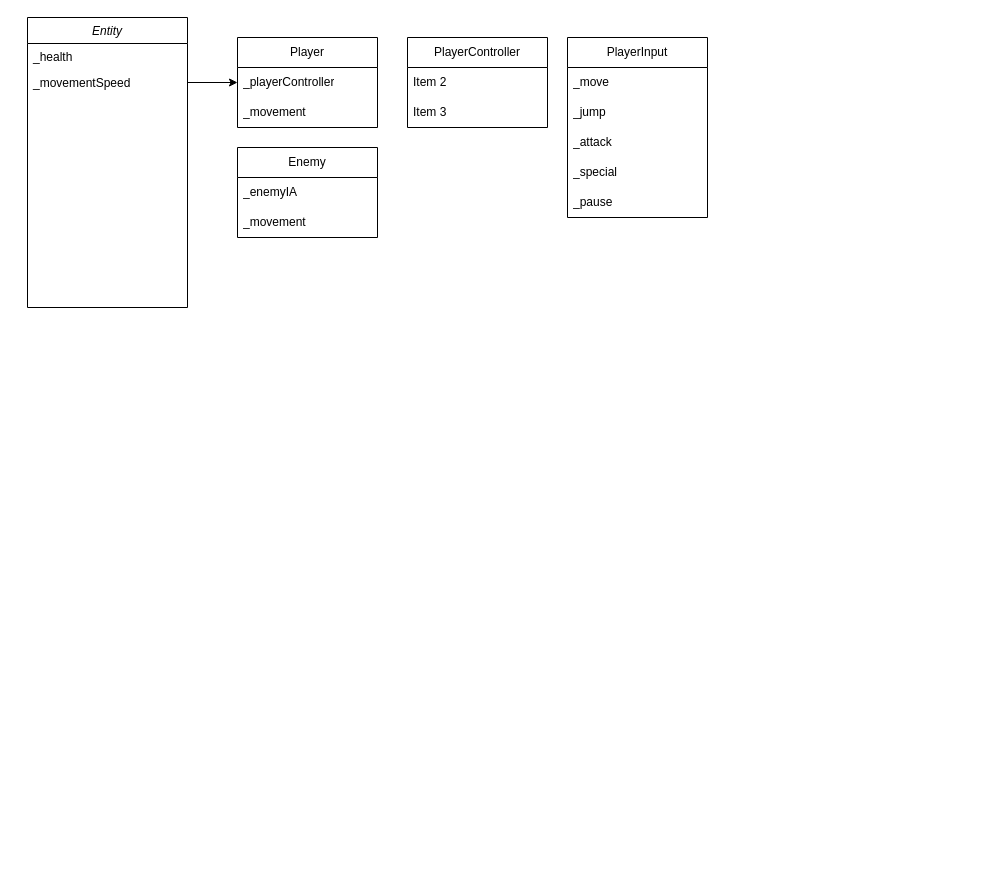
Before: Class Diagram.drawio in voixdigitale/2D_Beat-em-up, a draw.io diagram. Source tidied: cells renumbered, new cells numbered last; positions are measured from the earlier drawing's top-left corner, leaving out a move shared by most shapes. Both pictures are drawn from the tidied source at 100%, with x=0, y=0 at pixel (27, 17).
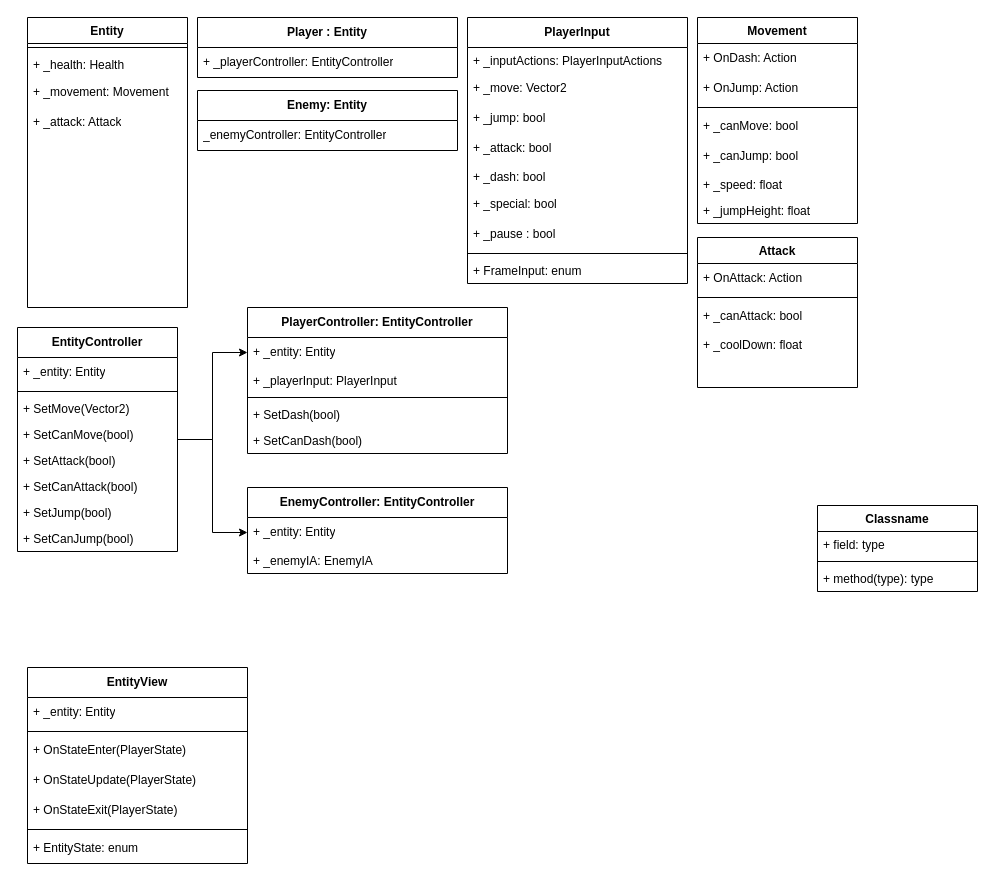
The same diagram, later.

Change to the diagram source:
```diff
@@
-    <mxCell id="2" value="Entity" style="swimlane;fontStyle=2;align=center;verticalAlign=top;horizontal=1;startSize=26;rounded=0;shadow=0;strokeWidth=1;" parent="1" vertex="1">
+    <mxCell id="2" value="Entity" style="swimlane;fontStyle=1;align=center;verticalAlign=top;horizontal=1;startSize=26;rounded=0;shadow=0;strokeWidth=1;" parent="1" vertex="1">
       <mxGeometry width="160" height="290" as="geometry" />
     </mxCell>
+    <mxCell id="21" style="line;strokeWidth=1;fillColor=none;align=left;verticalAlign=middle;spacingTop=-1;spacingLeft=3;spacingRight=3;labelPosition=right;strokeColor=inherit;" parent="2" vertex="1">
+      <mxGeometry y="26" width="160" height="8" as="geometry" />
+    </mxCell>
-    <mxCell id="3" value="_health" style="text;align=left;verticalAlign=top;spacingLeft=4;spacingRight=4;overflow=hidden;rounded=0;shadow=0;html=0;" parent="2" vertex="1">
-      <mxGeometry y="26" width="160" height="26" as="geometry" />
+    <mxCell id="3" value="+ _health: Health" style="text;align=left;verticalAlign=top;spacingLeft=4;spacingRight=4;overflow=hidden;rounded=0;shadow=0;html=0;" parent="2" vertex="1">
+      <mxGeometry y="34" width="160" height="26" as="geometry" />
     </mxCell>
-    <mxCell id="4" value="_movementSpeed" style="text;align=left;verticalAlign=top;spacingLeft=4;spacingRight=4;overflow=hidden;points=[[0,0.5],[1,0.5]];portConstraint=eastwest;rounded=0;shadow=0;html=0;" parent="2" vertex="1">
-      <mxGeometry y="52" width="160" height="26" as="geometry" />
-    </mxCell>
+    <mxCell id="7" value="+ _movement: Movement" style="text;strokeColor=none;fillColor=none;align=left;verticalAlign=middle;spacingLeft=4;spacingRight=4;overflow=hidden;whiteSpace=wrap;html=1;" parent="2" vertex="1">
+      <mxGeometry y="60" width="160" height="30" as="geometry" />
+    </mxCell>
+    <mxCell id="22" value="+ _attack: Attack" style="text;strokeColor=none;fillColor=none;align=left;verticalAlign=middle;spacingLeft=4;spacingRight=4;overflow=hidden;whiteSpace=wrap;html=1;" parent="2" vertex="1">
+      <mxGeometry y="90" width="160" height="30" as="geometry" />
+    </mxCell>
-    <mxCell id="5" value="Player" style="swimlane;fontStyle=0;horizontal=1;startSize=30;whiteSpace=wrap;html=1;" parent="1" vertex="1">
-      <mxGeometry x="210" y="20" width="140" height="90" as="geometry" />
+    <mxCell id="5" value="&lt;b&gt;Player : Entity&lt;/b&gt;" style="swimlane;fontStyle=0;horizontal=1;startSize=30;whiteSpace=wrap;html=1;" parent="1" vertex="1">
+      <mxGeometry x="170" width="260" height="60" as="geometry" />
     </mxCell>
-    <mxCell id="6" value="_playerController" style="text;strokeColor=none;fillColor=none;align=left;verticalAlign=middle;spacingLeft=4;spacingRight=4;overflow=hidden;whiteSpace=wrap;html=1;" parent="5" vertex="1">
-      <mxGeometry y="30" width="140" height="30" as="geometry" />
+    <mxCell id="6" value="+ _playerController: EntityController" style="text;strokeColor=none;fillColor=none;align=left;verticalAlign=middle;spacingLeft=4;spacingRight=4;overflow=hidden;whiteSpace=wrap;html=1;" parent="5" vertex="1">
+      <mxGeometry y="30" width="260" height="30" as="geometry" />
     </mxCell>
-    <mxCell id="7" value="_movement" style="text;strokeColor=none;fillColor=none;align=left;verticalAlign=middle;spacingLeft=4;spacingRight=4;overflow=hidden;whiteSpace=wrap;html=1;" parent="5" vertex="1">
-      <mxGeometry y="60" width="140" height="30" as="geometry" />
-    </mxCell>
+    <mxCell id="23" style="edgeStyle=orthogonalEdgeStyle;rounded=0;jettySize=auto;html=1;exitX=1;exitY=0.5;exitDx=0;exitDy=0;entryX=0;entryY=0.5;entryDx=0;entryDy=0;" parent="1" edge="1" source="8" target="57">
+      <mxGeometry relative="1" as="geometry" />
+    </mxCell>
+    <mxCell id="24" style="edgeStyle=orthogonalEdgeStyle;rounded=0;jettySize=auto;html=1;exitX=1;exitY=0.5;exitDx=0;exitDy=0;entryX=0;entryY=0.5;entryDx=0;entryDy=0;" parent="1" edge="1" source="8" target="67">
+      <mxGeometry relative="1" as="geometry" />
+    </mxCell>
-    <mxCell id="8" value="PlayerController" style="swimlane;fontStyle=0;horizontal=1;startSize=30;whiteSpace=wrap;html=1;" parent="1" vertex="1">
-      <mxGeometry x="380" y="20" width="140" height="90" as="geometry" />
+    <mxCell id="8" value="&lt;b&gt;EntityController&lt;/b&gt;" style="swimlane;fontStyle=0;horizontal=1;startSize=30;whiteSpace=wrap;html=1;" parent="1" vertex="1">
+      <mxGeometry x="-10" y="310" width="160" height="224" as="geometry" />
     </mxCell>
-    <mxCell id="9" value="Item 2" style="text;strokeColor=none;fillColor=none;align=left;verticalAlign=middle;spacingLeft=4;spacingRight=4;overflow=hidden;whiteSpace=wrap;html=1;" parent="8" vertex="1">
-      <mxGeometry y="30" width="140" height="30" as="geometry" />
-    </mxCell>
-    <mxCell id="10" value="Item 3" style="text;strokeColor=none;fillColor=none;align=left;verticalAlign=middle;spacingLeft=4;spacingRight=4;overflow=hidden;whiteSpace=wrap;html=1;" parent="8" vertex="1">
-      <mxGeometry y="60" width="140" height="30" as="geometry" />
+    <mxCell id="10" value="+ _entity: Entity" style="text;strokeColor=none;fillColor=none;align=left;verticalAlign=middle;spacingLeft=4;spacingRight=4;overflow=hidden;whiteSpace=wrap;html=1;" parent="8" vertex="1">
+      <mxGeometry y="30" width="160" height="30" as="geometry" />
     </mxCell>
-    <mxCell id="11" style="edgeStyle=orthogonalEdgeStyle;rounded=0;jettySize=auto;html=1;exitX=1;exitY=0.5;exitDx=0;exitDy=0;" parent="1" edge="1" source="4" target="5">
-      <mxGeometry relative="1" as="geometry" />
-    </mxCell>
+    <mxCell id="25" style="line;strokeWidth=1;fillColor=none;align=left;verticalAlign=middle;spacingTop=-1;spacingLeft=3;spacingRight=3;labelPosition=right;strokeColor=inherit;" parent="8" vertex="1">
+      <mxGeometry y="60" width="160" height="8" as="geometry" />
+    </mxCell>
+    <mxCell id="26" value="+ SetMove(Vector2)" style="text;strokeColor=none;fillColor=none;align=left;verticalAlign=top;spacingLeft=4;spacingRight=4;overflow=hidden;whiteSpace=wrap;html=1;" parent="8" vertex="1">
+      <mxGeometry y="68" width="160" height="26" as="geometry" />
+    </mxCell>
+    <mxCell id="27" value="+ SetCanMove(bool)" style="text;strokeColor=none;fillColor=none;align=left;verticalAlign=top;spacingLeft=4;spacingRight=4;overflow=hidden;whiteSpace=wrap;html=1;" parent="8" vertex="1">
+      <mxGeometry y="94" width="160" height="26" as="geometry" />
+    </mxCell>
+    <mxCell id="28" value="+ SetAttack(bool)" style="text;strokeColor=none;fillColor=none;align=left;verticalAlign=top;spacingLeft=4;spacingRight=4;overflow=hidden;whiteSpace=wrap;html=1;" parent="8" vertex="1">
+      <mxGeometry y="120" width="160" height="26" as="geometry" />
+    </mxCell>
+    <mxCell id="29" value="+ SetCanAttack(bool)" style="text;strokeColor=none;fillColor=none;align=left;verticalAlign=top;spacingLeft=4;spacingRight=4;overflow=hidden;whiteSpace=wrap;html=1;" parent="8" vertex="1">
+      <mxGeometry y="146" width="160" height="26" as="geometry" />
+    </mxCell>
+    <mxCell id="30" value="+ SetJump(bool)" style="text;strokeColor=none;fillColor=none;align=left;verticalAlign=top;spacingLeft=4;spacingRight=4;overflow=hidden;whiteSpace=wrap;html=1;" parent="8" vertex="1">
+      <mxGeometry y="172" width="160" height="26" as="geometry" />
+    </mxCell>
+    <mxCell id="31" value="+ SetCanJump(bool)" style="text;strokeColor=none;fillColor=none;align=left;verticalAlign=top;spacingLeft=4;spacingRight=4;overflow=hidden;whiteSpace=wrap;html=1;" parent="8" vertex="1">
+      <mxGeometry y="198" width="160" height="26" as="geometry" />
+    </mxCell>
-    <mxCell id="12" value="Enemy" style="swimlane;fontStyle=0;horizontal=1;startSize=30;whiteSpace=wrap;html=1;" parent="1" vertex="1">
-      <mxGeometry x="210" y="130" width="140" height="90" as="geometry" />
+    <mxCell id="12" value="&lt;b&gt;Enemy: Entity&lt;/b&gt;" style="swimlane;fontStyle=0;horizontal=1;startSize=30;whiteSpace=wrap;html=1;" parent="1" vertex="1">
+      <mxGeometry x="170" y="73" width="260" height="60" as="geometry" />
     </mxCell>
-    <mxCell id="13" value="_enemyIA" style="text;strokeColor=none;fillColor=none;align=left;verticalAlign=middle;spacingLeft=4;spacingRight=4;overflow=hidden;whiteSpace=wrap;html=1;" parent="12" vertex="1">
-      <mxGeometry y="30" width="140" height="30" as="geometry" />
+    <mxCell id="13" value="_enemyController: EntityController" style="text;strokeColor=none;fillColor=none;align=left;verticalAlign=middle;spacingLeft=4;spacingRight=4;overflow=hidden;whiteSpace=wrap;html=1;" parent="12" vertex="1">
+      <mxGeometry y="30" width="260" height="30" as="geometry" />
     </mxCell>
-    <mxCell id="14" value="_movement" style="text;strokeColor=none;fillColor=none;align=left;verticalAlign=middle;spacingLeft=4;spacingRight=4;overflow=hidden;whiteSpace=wrap;html=1;" parent="12" vertex="1">
-      <mxGeometry y="60" width="140" height="30" as="geometry" />
-    </mxCell>
-    <mxCell id="15" value="PlayerInput" style="swimlane;fontStyle=0;horizontal=1;startSize=30;whiteSpace=wrap;html=1;" parent="1" vertex="1">
-      <mxGeometry x="540" y="20" width="140" height="180" as="geometry" />
+    <mxCell id="15" value="&lt;b&gt;PlayerInput&lt;/b&gt;" style="swimlane;fontStyle=0;horizontal=1;startSize=30;whiteSpace=wrap;html=1;" parent="1" vertex="1">
+      <mxGeometry x="440" width="220" height="266" as="geometry" />
     </mxCell>
+    <mxCell id="32" value="+ _inputActions: PlayerInputActions" style="text;strokeColor=none;fillColor=none;align=left;verticalAlign=top;spacingLeft=4;spacingRight=4;overflow=hidden;whiteSpace=wrap;html=1;" parent="15" vertex="1">
+      <mxGeometry y="30" width="220" height="26" as="geometry" />
+    </mxCell>
-    <mxCell id="16" value="_move" style="text;strokeColor=none;fillColor=none;align=left;verticalAlign=middle;spacingLeft=4;spacingRight=4;overflow=hidden;whiteSpace=wrap;html=1;" parent="15" vertex="1">
-      <mxGeometry y="30" width="140" height="30" as="geometry" />
+    <mxCell id="16" value="+ _move: Vector2" style="text;strokeColor=none;fillColor=none;align=left;verticalAlign=middle;spacingLeft=4;spacingRight=4;overflow=hidden;whiteSpace=wrap;html=1;" parent="15" vertex="1">
+      <mxGeometry y="56" width="220" height="30" as="geometry" />
     </mxCell>
-    <mxCell id="17" value="_jump" style="text;strokeColor=none;fillColor=none;align=left;verticalAlign=middle;spacingLeft=4;spacingRight=4;overflow=hidden;whiteSpace=wrap;html=1;" parent="15" vertex="1">
-      <mxGeometry y="60" width="140" height="30" as="geometry" />
+    <mxCell id="17" value="+ _jump: bool" style="text;strokeColor=none;fillColor=none;align=left;verticalAlign=middle;spacingLeft=4;spacingRight=4;overflow=hidden;whiteSpace=wrap;html=1;" parent="15" vertex="1">
+      <mxGeometry y="86" width="220" height="30" as="geometry" />
     </mxCell>
-    <mxCell id="18" value="_attack" style="text;strokeColor=none;fillColor=none;align=left;verticalAlign=middle;spacingLeft=4;spacingRight=4;overflow=hidden;whiteSpace=wrap;html=1;" parent="15" vertex="1">
-      <mxGeometry y="90" width="140" height="30" as="geometry" />
+    <mxCell id="18" value="+ _attack: bool" style="text;strokeColor=none;fillColor=none;align=left;verticalAlign=middle;spacingLeft=4;spacingRight=4;overflow=hidden;whiteSpace=wrap;html=1;" parent="15" vertex="1">
+      <mxGeometry y="116" width="220" height="30" as="geometry" />
     </mxCell>
+    <mxCell id="33" value="+ _dash: bool" style="text;strokeColor=none;fillColor=none;align=left;verticalAlign=top;spacingLeft=4;spacingRight=4;overflow=hidden;whiteSpace=wrap;html=1;" parent="15" vertex="1">
+      <mxGeometry y="146" width="220" height="26" as="geometry" />
+    </mxCell>
-    <mxCell id="19" value="_special" style="text;strokeColor=none;fillColor=none;align=left;verticalAlign=middle;spacingLeft=4;spacingRight=4;overflow=hidden;whiteSpace=wrap;html=1;" parent="15" vertex="1">
-      <mxGeometry y="120" width="140" height="30" as="geometry" />
+    <mxCell id="19" value="+ _special: bool" style="text;strokeColor=none;fillColor=none;align=left;verticalAlign=middle;spacingLeft=4;spacingRight=4;overflow=hidden;whiteSpace=wrap;html=1;" parent="15" vertex="1">
+      <mxGeometry y="172" width="220" height="30" as="geometry" />
     </mxCell>
-    <mxCell id="20" value="_pause" style="text;strokeColor=none;fillColor=none;align=left;verticalAlign=middle;spacingLeft=4;spacingRight=4;overflow=hidden;whiteSpace=wrap;html=1;" parent="15" vertex="1">
-      <mxGeometry y="150" width="140" height="30" as="geometry" />
+    <mxCell id="20" value="+ _pause : bool" style="text;strokeColor=none;fillColor=none;align=left;verticalAlign=middle;spacingLeft=4;spacingRight=4;overflow=hidden;whiteSpace=wrap;html=1;" parent="15" vertex="1">
+      <mxGeometry y="202" width="220" height="30" as="geometry" />
     </mxCell>
+    <mxCell id="34" style="line;strokeWidth=1;fillColor=none;align=left;verticalAlign=middle;spacingTop=-1;spacingLeft=3;spacingRight=3;labelPosition=right;strokeColor=inherit;" parent="15" vertex="1">
+      <mxGeometry y="232" width="220" height="8" as="geometry" />
+    </mxCell>
+    <mxCell id="35" value="+ FrameInput: enum" style="text;strokeColor=none;fillColor=none;align=left;verticalAlign=top;spacingLeft=4;spacingRight=4;overflow=hidden;whiteSpace=wrap;html=1;" parent="15" vertex="1">
+      <mxGeometry y="240" width="220" height="26" as="geometry" />
+    </mxCell>
+    <mxCell id="36" value="Classname" style="swimlane;fontStyle=1;align=center;verticalAlign=top;horizontal=1;startSize=26;whiteSpace=wrap;html=1;" parent="1" vertex="1">
+      <mxGeometry x="790" y="488" width="160" height="86" as="geometry" />
+    </mxCell>
+    <mxCell id="37" value="+ field: type" style="text;strokeColor=none;fillColor=none;align=left;verticalAlign=top;spacingLeft=4;spacingRight=4;overflow=hidden;whiteSpace=wrap;html=1;" parent="36" vertex="1">
+      <mxGeometry y="26" width="160" height="26" as="geometry" />
+    </mxCell>
+    <mxCell id="38" style="line;strokeWidth=1;fillColor=none;align=left;verticalAlign=middle;spacingTop=-1;spacingLeft=3;spacingRight=3;labelPosition=right;strokeColor=inherit;" parent="36" vertex="1">
+      <mxGeometry y="52" width="160" height="8" as="geometry" />
+    </mxCell>
+    <mxCell id="39" value="+ method(type): type" style="text;strokeColor=none;fillColor=none;align=left;verticalAlign=top;spacingLeft=4;spacingRight=4;overflow=hidden;whiteSpace=wrap;html=1;" parent="36" vertex="1">
+      <mxGeometry y="60" width="160" height="26" as="geometry" />
+    </mxCell>
+    <mxCell id="40" value="&lt;b&gt;EntityView&lt;/b&gt;" style="swimlane;fontStyle=0;horizontal=1;startSize=30;whiteSpace=wrap;html=1;" parent="1" vertex="1">
+      <mxGeometry y="650" width="220" height="196" as="geometry" />
+    </mxCell>
+    <mxCell id="41" value="+ _entity: Entity" style="text;strokeColor=none;fillColor=none;align=left;verticalAlign=middle;spacingLeft=4;spacingRight=4;overflow=hidden;whiteSpace=wrap;html=1;" parent="40" vertex="1">
+      <mxGeometry y="30" width="220" height="30" as="geometry" />
+    </mxCell>
+    <mxCell id="42" style="line;strokeWidth=1;fillColor=none;align=left;verticalAlign=middle;spacingTop=-1;spacingLeft=3;spacingRight=3;labelPosition=right;strokeColor=inherit;" parent="40" vertex="1">
+      <mxGeometry y="60" width="220" height="8" as="geometry" />
+    </mxCell>
+    <mxCell id="43" value="+ OnStateEnter(PlayerState)" style="text;strokeColor=none;fillColor=none;align=left;verticalAlign=middle;spacingLeft=4;spacingRight=4;overflow=hidden;whiteSpace=wrap;html=1;" parent="40" vertex="1">
+      <mxGeometry y="68" width="220" height="30" as="geometry" />
+    </mxCell>
+    <mxCell id="44" value="+ OnStateUpdate(PlayerState)" style="text;strokeColor=none;fillColor=none;align=left;verticalAlign=middle;spacingLeft=4;spacingRight=4;overflow=hidden;whiteSpace=wrap;html=1;" parent="40" vertex="1">
+      <mxGeometry y="98" width="220" height="30" as="geometry" />
+    </mxCell>
+    <mxCell id="45" value="+ OnStateExit(PlayerState)" style="text;strokeColor=none;fillColor=none;align=left;verticalAlign=middle;spacingLeft=4;spacingRight=4;overflow=hidden;whiteSpace=wrap;html=1;" parent="40" vertex="1">
+      <mxGeometry y="128" width="220" height="30" as="geometry" />
+    </mxCell>
+    <mxCell id="46" style="line;strokeWidth=1;fillColor=none;align=left;verticalAlign=middle;spacingTop=-1;spacingLeft=3;spacingRight=3;labelPosition=right;strokeColor=inherit;" parent="40" vertex="1">
+      <mxGeometry y="158" width="220" height="8" as="geometry" />
+    </mxCell>
+    <mxCell id="47" value="+ EntityState: enum" style="text;strokeColor=none;fillColor=none;align=left;verticalAlign=middle;spacingLeft=4;spacingRight=4;overflow=hidden;whiteSpace=wrap;html=1;" parent="40" vertex="1">
+      <mxGeometry y="166" width="220" height="30" as="geometry" />
+    </mxCell>
+    <mxCell id="48" value="Movement" style="swimlane;fontStyle=1;align=center;verticalAlign=top;horizontal=1;startSize=26;rounded=0;shadow=0;strokeWidth=1;" parent="1" vertex="1">
+      <mxGeometry x="670" width="160" height="206" as="geometry" />
+    </mxCell>
+    <mxCell id="49" value="+ OnDash: Action" style="text;strokeColor=none;fillColor=none;align=left;verticalAlign=middle;spacingLeft=4;spacingRight=4;overflow=hidden;whiteSpace=wrap;html=1;" parent="48" vertex="1">
+      <mxGeometry y="26" width="160" height="30" as="geometry" />
+    </mxCell>
+    <mxCell id="50" value="+ OnJump: Action" style="text;strokeColor=none;fillColor=none;align=left;verticalAlign=middle;spacingLeft=4;spacingRight=4;overflow=hidden;whiteSpace=wrap;html=1;" parent="48" vertex="1">
+      <mxGeometry y="56" width="160" height="30" as="geometry" />
+    </mxCell>
+    <mxCell id="51" style="line;strokeWidth=1;fillColor=none;align=left;verticalAlign=middle;spacingTop=-1;spacingLeft=3;spacingRight=3;labelPosition=right;strokeColor=inherit;" parent="48" vertex="1">
+      <mxGeometry y="86" width="160" height="8" as="geometry" />
+    </mxCell>
+    <mxCell id="52" value="+ _canMove: bool" style="text;strokeColor=none;fillColor=none;align=left;verticalAlign=middle;spacingLeft=4;spacingRight=4;overflow=hidden;whiteSpace=wrap;html=1;" parent="48" vertex="1">
+      <mxGeometry y="94" width="160" height="30" as="geometry" />
+    </mxCell>
+    <mxCell id="53" value="+ _canJump: bool" style="text;strokeColor=none;fillColor=none;align=left;verticalAlign=middle;spacingLeft=4;spacingRight=4;overflow=hidden;whiteSpace=wrap;html=1;" parent="48" vertex="1">
+      <mxGeometry y="124" width="160" height="30" as="geometry" />
+    </mxCell>
+    <mxCell id="54" value="+ _speed: float" style="text;align=left;verticalAlign=top;spacingLeft=4;spacingRight=4;overflow=hidden;rounded=0;shadow=0;html=0;" parent="48" vertex="1">
+      <mxGeometry y="154" width="160" height="26" as="geometry" />
+    </mxCell>
+    <mxCell id="55" value="+ _jumpHeight: float" style="text;align=left;verticalAlign=top;spacingLeft=4;spacingRight=4;overflow=hidden;rounded=0;shadow=0;html=0;" parent="48" vertex="1">
+      <mxGeometry y="180" width="160" height="26" as="geometry" />
+    </mxCell>
+    <mxCell id="56" value="&lt;b&gt;PlayerController: EntityController&lt;/b&gt;" style="swimlane;fontStyle=0;horizontal=1;startSize=30;whiteSpace=wrap;html=1;" parent="1" vertex="1">
+      <mxGeometry x="220" y="290" width="260" height="146" as="geometry" />
+    </mxCell>
+    <mxCell id="57" value="+ _entity: Entity" style="text;strokeColor=none;fillColor=none;align=left;verticalAlign=middle;spacingLeft=4;spacingRight=4;overflow=hidden;points=[[0,0.5],[1,0.5]];portConstraint=eastwest;whiteSpace=wrap;html=1;" parent="56" vertex="1">
+      <mxGeometry y="30" width="260" height="30" as="geometry" />
+    </mxCell>
+    <mxCell id="58" value="+ _playerInput: PlayerInput" style="text;strokeColor=none;fillColor=none;align=left;verticalAlign=top;spacingLeft=4;spacingRight=4;overflow=hidden;whiteSpace=wrap;html=1;" parent="56" vertex="1">
+      <mxGeometry y="60" width="260" height="26" as="geometry" />
+    </mxCell>
+    <mxCell id="59" style="line;strokeWidth=1;fillColor=none;align=left;verticalAlign=middle;spacingTop=-1;spacingLeft=3;spacingRight=3;labelPosition=right;strokeColor=inherit;" parent="56" vertex="1">
+      <mxGeometry y="86" width="260" height="8" as="geometry" />
+    </mxCell>
+    <mxCell id="60" value="+ SetDash(bool)" style="text;strokeColor=none;fillColor=none;align=left;verticalAlign=top;spacingLeft=4;spacingRight=4;overflow=hidden;whiteSpace=wrap;html=1;" parent="56" vertex="1">
+      <mxGeometry y="94" width="260" height="26" as="geometry" />
+    </mxCell>
+    <mxCell id="61" value="+ SetCanDash(bool)" style="text;strokeColor=none;fillColor=none;align=left;verticalAlign=top;spacingLeft=4;spacingRight=4;overflow=hidden;whiteSpace=wrap;html=1;" parent="56" vertex="1">
+      <mxGeometry y="120" width="260" height="26" as="geometry" />
+    </mxCell>
+    <mxCell id="62" value="Attack" style="swimlane;fontStyle=1;align=center;verticalAlign=top;horizontal=1;startSize=26;rounded=0;shadow=0;strokeWidth=1;" parent="1" vertex="1">
+      <mxGeometry x="670" y="220" width="160" height="150" as="geometry" />
+    </mxCell>
+    <mxCell id="9" value="+ OnAttack: Action" style="text;strokeColor=none;fillColor=none;align=left;verticalAlign=middle;spacingLeft=4;spacingRight=4;overflow=hidden;whiteSpace=wrap;html=1;" parent="62" vertex="1">
+      <mxGeometry y="26" width="160" height="30" as="geometry" />
+    </mxCell>
+    <mxCell id="63" style="line;strokeWidth=1;fillColor=none;align=left;verticalAlign=middle;spacingTop=-1;spacingLeft=3;spacingRight=3;labelPosition=right;strokeColor=inherit;" parent="62" vertex="1">
+      <mxGeometry y="56" width="160" height="8" as="geometry" />
+    </mxCell>
+    <mxCell id="64" value="+ _canAttack: bool" style="text;strokeColor=none;fillColor=none;align=left;verticalAlign=middle;spacingLeft=4;spacingRight=4;overflow=hidden;whiteSpace=wrap;html=1;" parent="62" vertex="1">
+      <mxGeometry y="64" width="160" height="30" as="geometry" />
+    </mxCell>
+    <mxCell id="65" value="+ _coolDown: float" style="text;align=left;verticalAlign=top;spacingLeft=4;spacingRight=4;overflow=hidden;rounded=0;shadow=0;html=0;" parent="62" vertex="1">
+      <mxGeometry y="94" width="160" height="26" as="geometry" />
+    </mxCell>
+    <mxCell id="66" value="&lt;b&gt;EnemyController: EntityController&lt;/b&gt;" style="swimlane;fontStyle=0;horizontal=1;startSize=30;whiteSpace=wrap;html=1;" parent="1" vertex="1">
+      <mxGeometry x="220" y="470" width="260" height="86" as="geometry" />
+    </mxCell>
+    <mxCell id="67" value="+ _entity: Entity" style="text;strokeColor=none;fillColor=none;align=left;verticalAlign=middle;spacingLeft=4;spacingRight=4;overflow=hidden;points=[[0,0.5],[1,0.5]];portConstraint=eastwest;whiteSpace=wrap;html=1;" parent="66" vertex="1">
+      <mxGeometry y="30" width="260" height="30" as="geometry" />
+    </mxCell>
+    <mxCell id="68" value="+ _enemyIA: EnemyIA" style="text;strokeColor=none;fillColor=none;align=left;verticalAlign=top;spacingLeft=4;spacingRight=4;overflow=hidden;whiteSpace=wrap;html=1;" parent="66" vertex="1">
+      <mxGeometry y="60" width="260" height="26" as="geometry" />
+    </mxCell>
```
